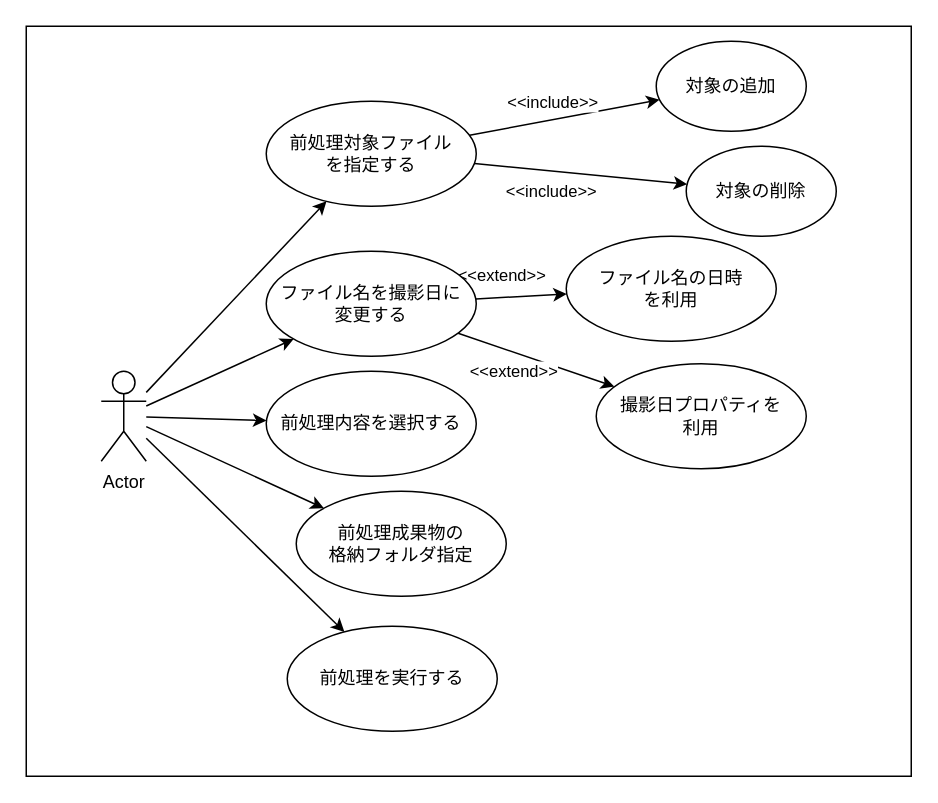
Earlier version of the draw.io diagram page "ユースケース図" (2 of 3) of Documents/SoftwareArchitecureDesign/SoftwareArchitecureDesign.drawio (bosssanovar/MyVideoSoucePreProcessor). Source tidied: cells renumbered, new cells numbered last; positions are measured from the earlier drawing's top-left corner, leaving out a move shared by most shapes. Both pictures are drawn from the tidied source at 150%, with x=0, y=0 at pixel (26, 26).
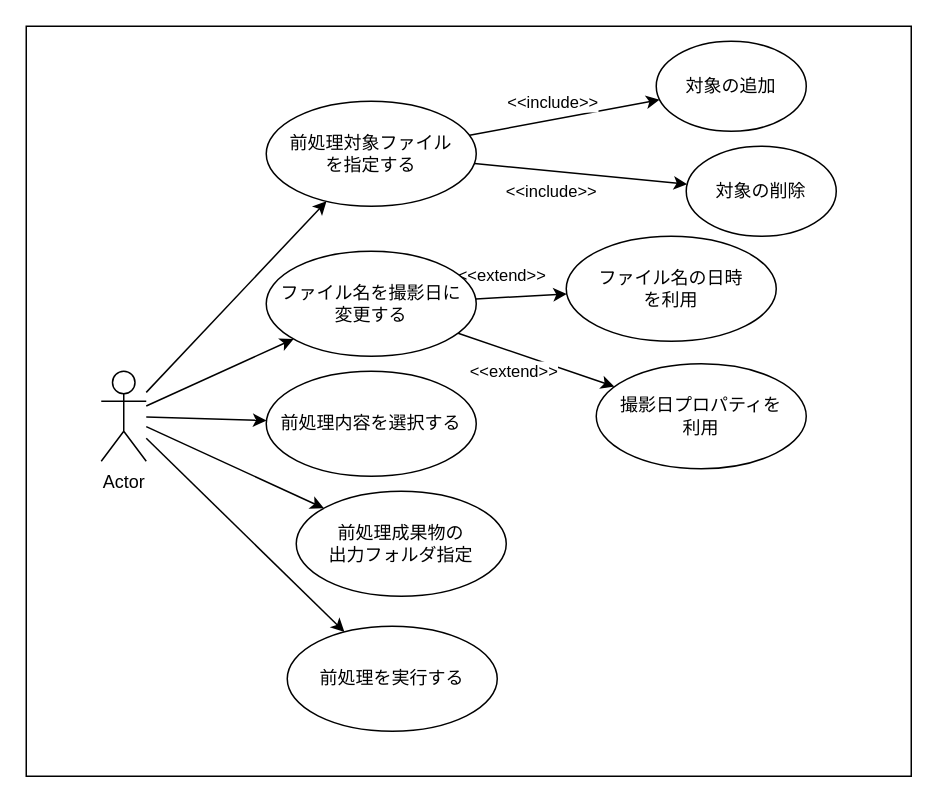
After the change.

Change to the diagram source:
```diff
@@
-    <mxCell id="25" value="前処理成果物の&lt;br&gt;格納フォルダ指定" style="ellipse;whiteSpace=wrap;html=1;strokeColor=default;fillColor=default;gradientColor=none;" parent="1" vertex="1">
+    <mxCell id="25" value="前処理成果物の&lt;br&gt;出力フォルダ指定" style="ellipse;whiteSpace=wrap;html=1;strokeColor=default;fillColor=default;gradientColor=none;" parent="1" vertex="1">
       <mxGeometry x="180" y="310" width="140" height="70" as="geometry" />
     </mxCell>
```
